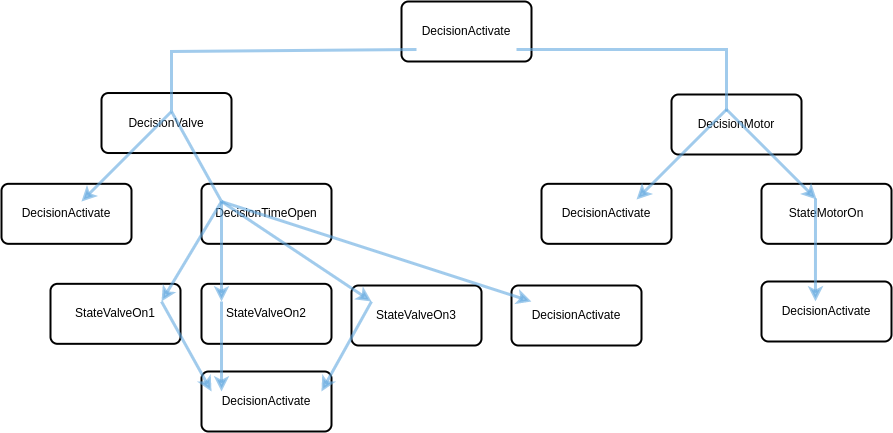
Before: examples-platformIO/launch-pad-motor-valve/assets/path-statechart.png, a diagram exported from draw.io (guimaraaes/cutes). Source tidied: cells renumbered, new cells last; positions are measured from the earlier drawing's top-left corner, leaving out a move shared by most shapes. The source it was exported from:
```xml
<mxGraphModel>
  <root>
    <mxCell id="0" />
    <mxCell id="1" parent="0" />
    <mxCell id="2" value="DecisionActivate" style="rounded=1;whiteSpace=wrap;html=1;absoluteArcSize=1;arcSize=14;strokeWidth=2;" parent="1" vertex="1">
      <mxGeometry x="400" width="130" height="60" as="geometry" />
    </mxCell>
    <mxCell id="3" value="DecisionActivate" style="rounded=1;whiteSpace=wrap;html=1;absoluteArcSize=1;arcSize=14;strokeWidth=2;" parent="1" vertex="1">
      <mxGeometry x="540" y="182.3" width="130" height="60" as="geometry" />
    </mxCell>
    <mxCell id="4" value="StateValveOn1" style="rounded=1;whiteSpace=wrap;html=1;absoluteArcSize=1;arcSize=14;strokeWidth=2;" parent="1" vertex="1">
      <mxGeometry x="49" y="282.3" width="130" height="60" as="geometry" />
    </mxCell>
    <mxCell id="5" value="DecisionTimeOpen" style="rounded=1;whiteSpace=wrap;html=1;absoluteArcSize=1;arcSize=14;strokeWidth=2;" parent="1" vertex="1">
      <mxGeometry x="200" y="182.3" width="130" height="60" as="geometry" />
    </mxCell>
    <mxCell id="6" value="DecisionMotor" style="rounded=1;whiteSpace=wrap;html=1;absoluteArcSize=1;arcSize=14;strokeWidth=2;" parent="1" vertex="1">
      <mxGeometry x="670" y="93" width="130" height="60" as="geometry" />
    </mxCell>
    <mxCell id="7" value="DecisionValve" style="rounded=1;whiteSpace=wrap;html=1;absoluteArcSize=1;arcSize=14;strokeWidth=2;" parent="1" vertex="1">
      <mxGeometry x="100" y="91.5" width="130" height="60" as="geometry" />
    </mxCell>
    <mxCell id="8" value="DecisionActivate" style="rounded=1;whiteSpace=wrap;html=1;absoluteArcSize=1;arcSize=14;strokeWidth=2;" parent="1" vertex="1">
      <mxGeometry y="182.3" width="130" height="60" as="geometry" />
    </mxCell>
    <mxCell id="9" value="StateValveOn2" style="rounded=1;whiteSpace=wrap;html=1;absoluteArcSize=1;arcSize=14;strokeWidth=2;" parent="1" vertex="1">
      <mxGeometry x="200" y="282.3" width="130" height="60" as="geometry" />
    </mxCell>
    <mxCell id="10" value="StateValveOn3" style="rounded=1;whiteSpace=wrap;html=1;absoluteArcSize=1;arcSize=14;strokeWidth=2;" parent="1" vertex="1">
      <mxGeometry x="350" y="284" width="130" height="60" as="geometry" />
    </mxCell>
    <mxCell id="11" value="StateMotorOn" style="rounded=1;whiteSpace=wrap;html=1;absoluteArcSize=1;arcSize=14;strokeWidth=2;" parent="1" vertex="1">
      <mxGeometry x="760" y="182.3" width="130" height="60" as="geometry" />
    </mxCell>
    <mxCell id="12" value="DecisionActivate" style="rounded=1;whiteSpace=wrap;html=1;absoluteArcSize=1;arcSize=14;strokeWidth=2;" parent="1" vertex="1">
      <mxGeometry x="200" y="370" width="130" height="60" as="geometry" />
    </mxCell>
    <mxCell id="13" value="DecisionActivate" style="rounded=1;whiteSpace=wrap;html=1;absoluteArcSize=1;arcSize=14;strokeWidth=2;" parent="1" vertex="1">
      <mxGeometry x="760" y="280" width="130" height="60" as="geometry" />
    </mxCell>
    <mxCell id="14" style="endArrow=none;html=1;rounded=0;fillColor=#dae8fc;strokeColor=#63a8df;strokeWidth=3;opacity=60;exitX=0.154;exitY=0.667;exitDx=0;exitDy=0;exitPerimeter=0;endFill=0;" parent="1" edge="1">
      <mxGeometry relative="1" as="geometry">
        <mxPoint x="415" y="48" as="sourcePoint" />
        <mxPoint x="170" y="110" as="targetPoint" />
        <Array as="points">
          <mxPoint x="170" y="50" />
        </Array>
      </mxGeometry>
    </mxCell>
    <mxCell id="15" style="endArrow=classic;html=1;rounded=0;fillColor=#dae8fc;strokeColor=#63a8df;strokeWidth=3;opacity=60;entryX=0.615;entryY=0.295;entryDx=0;entryDy=0;entryPerimeter=0;" parent="1" edge="1" target="8">
      <mxGeometry relative="1" as="geometry">
        <mxPoint x="170" y="110" as="sourcePoint" />
      </mxGeometry>
    </mxCell>
    <mxCell id="16" style="endArrow=none;html=1;rounded=0;fillColor=#dae8fc;strokeColor=#63a8df;strokeWidth=3;opacity=60;endFill=0;" parent="1" edge="1">
      <mxGeometry relative="1" as="geometry">
        <mxPoint x="170" y="110" as="sourcePoint" />
        <mxPoint x="220" y="200" as="targetPoint" />
      </mxGeometry>
    </mxCell>
    <mxCell id="17" style="endArrow=classic;html=1;rounded=0;fillColor=#dae8fc;strokeColor=#63a8df;strokeWidth=3;opacity=60;" parent="1" edge="1">
      <mxGeometry relative="1" as="geometry">
        <mxPoint x="220" y="200" as="sourcePoint" />
        <mxPoint x="160" y="300" as="targetPoint" />
      </mxGeometry>
    </mxCell>
    <mxCell id="18" style="endArrow=classic;html=1;rounded=0;fillColor=#dae8fc;strokeColor=#63a8df;strokeWidth=3;opacity=60;entryX=0.154;entryY=0.295;entryDx=0;entryDy=0;entryPerimeter=0;" parent="1" edge="1" target="9">
      <mxGeometry relative="1" as="geometry">
        <mxPoint x="220" y="200" as="sourcePoint" />
      </mxGeometry>
    </mxCell>
    <mxCell id="19" style="endArrow=classic;html=1;rounded=0;fillColor=#dae8fc;strokeColor=#63a8df;strokeWidth=3;opacity=60;" parent="1" edge="1">
      <mxGeometry relative="1" as="geometry">
        <mxPoint x="220" y="200" as="sourcePoint" />
        <mxPoint x="370" y="300" as="targetPoint" />
      </mxGeometry>
    </mxCell>
    <mxCell id="20" style="endArrow=classic;html=1;rounded=0;fillColor=#dae8fc;strokeColor=#63a8df;strokeWidth=3;opacity=60;entryX=0.077;entryY=0.333;entryDx=0;entryDy=0;entryPerimeter=0;" parent="1" edge="1" target="12">
      <mxGeometry relative="1" as="geometry">
        <mxPoint x="160" y="300" as="sourcePoint" />
        <Array as="points">
          <mxPoint x="160" y="300" />
        </Array>
      </mxGeometry>
    </mxCell>
    <mxCell id="21" style="endArrow=classic;html=1;rounded=0;fillColor=#dae8fc;strokeColor=#63a8df;strokeWidth=3;opacity=60;entryX=0.154;entryY=0.333;entryDx=0;entryDy=0;entryPerimeter=0;" parent="1" edge="1" target="12">
      <mxGeometry relative="1" as="geometry">
        <mxPoint x="220" y="300" as="sourcePoint" />
      </mxGeometry>
    </mxCell>
    <mxCell id="22" style="endArrow=classic;html=1;rounded=0;fillColor=#dae8fc;strokeColor=#63a8df;strokeWidth=3;opacity=60;entryX=0.923;entryY=0.333;entryDx=0;entryDy=0;entryPerimeter=0;" parent="1" edge="1" target="12">
      <mxGeometry relative="1" as="geometry">
        <mxPoint x="370" y="300" as="sourcePoint" />
        <Array as="points">
          <mxPoint x="370" y="300" />
        </Array>
      </mxGeometry>
    </mxCell>
    <mxCell id="23" style="endArrow=none;html=1;rounded=0;fillColor=#dae8fc;strokeColor=#63a8df;strokeWidth=3;opacity=60;exitX=0.154;exitY=0.667;exitDx=0;exitDy=0;exitPerimeter=0;endFill=0;" parent="1" edge="1">
      <mxGeometry relative="1" as="geometry">
        <mxPoint x="515" y="48" as="sourcePoint" />
        <mxPoint x="725" y="110" as="targetPoint" />
        <Array as="points">
          <mxPoint x="725" y="48" />
        </Array>
      </mxGeometry>
    </mxCell>
    <mxCell id="24" style="endArrow=classic;html=1;rounded=0;fillColor=#dae8fc;strokeColor=#63a8df;strokeWidth=3;opacity=60;entryX=0.615;entryY=0.295;entryDx=0;entryDy=0;entryPerimeter=0;" parent="1" edge="1">
      <mxGeometry relative="1" as="geometry">
        <mxPoint x="725.1" y="108" as="sourcePoint" />
        <mxPoint x="635" y="198" as="targetPoint" />
      </mxGeometry>
    </mxCell>
    <mxCell id="25" style="endArrow=classic;html=1;rounded=0;fillColor=#dae8fc;strokeColor=#63a8df;strokeWidth=3;opacity=60;entryX=0.615;entryY=0.295;entryDx=0;entryDy=0;entryPerimeter=0;" parent="1" edge="1">
      <mxGeometry relative="1" as="geometry">
        <mxPoint x="725.1" y="108" as="sourcePoint" />
        <mxPoint x="815.1" y="198" as="targetPoint" />
      </mxGeometry>
    </mxCell>
    <mxCell id="26" style="endArrow=classic;html=1;rounded=0;fillColor=#dae8fc;strokeColor=#63a8df;strokeWidth=3;opacity=60;entryX=0.415;entryY=0.333;entryDx=0;entryDy=0;entryPerimeter=0;" parent="1" edge="1" target="13">
      <mxGeometry relative="1" as="geometry">
        <mxPoint x="814" y="197" as="sourcePoint" />
      </mxGeometry>
    </mxCell>
    <mxCell id="27" value="DecisionActivate" style="rounded=1;whiteSpace=wrap;html=1;absoluteArcSize=1;arcSize=14;strokeWidth=2;" parent="1" vertex="1">
      <mxGeometry x="510" y="284" width="130" height="60" as="geometry" />
    </mxCell>
    <mxCell id="28" style="endArrow=classic;html=1;rounded=0;fillColor=#dae8fc;strokeColor=#63a8df;strokeWidth=3;opacity=60;entryX=0.154;entryY=0.267;entryDx=0;entryDy=0;entryPerimeter=0;" parent="1" edge="1" target="27">
      <mxGeometry relative="1" as="geometry">
        <mxPoint x="220" y="200" as="sourcePoint" />
      </mxGeometry>
    </mxCell>
  </root>
</mxGraphModel>
```
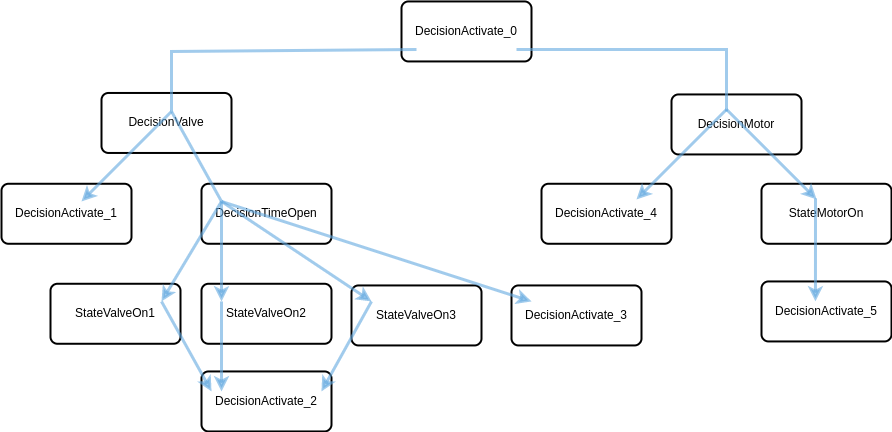
Above is the later version.

Commit message:
refactor: update path-statechart examples

What changed in the source:
```diff
@@ -2,10 +2,10 @@
   <root>
     <mxCell id="0" />
     <mxCell id="1" parent="0" />
-    <mxCell id="2" value="DecisionActivate" style="rounded=1;whiteSpace=wrap;html=1;absoluteArcSize=1;arcSize=14;strokeWidth=2;" parent="1" vertex="1">
-      <mxGeometry x="400" width="130" height="60" as="geometry" />
+    <mxCell id="2" value="DecisionActivate_0" style="rounded=1;whiteSpace=wrap;html=1;absoluteArcSize=1;arcSize=14;strokeWidth=2;" parent="1" vertex="1">
+      <mxGeometry x="400" y="-0.1" width="130" height="60" as="geometry" />
     </mxCell>
-    <mxCell id="3" value="DecisionActivate" style="rounded=1;whiteSpace=wrap;html=1;absoluteArcSize=1;arcSize=14;strokeWidth=2;" parent="1" vertex="1">
+    <mxCell id="3" value="DecisionActivate_4" style="rounded=1;whiteSpace=wrap;html=1;absoluteArcSize=1;arcSize=14;strokeWidth=2;" parent="1" vertex="1">
       <mxGeometry x="540" y="182.3" width="130" height="60" as="geometry" />
     </mxCell>
     <mxCell id="4" value="StateValveOn1" style="rounded=1;whiteSpace=wrap;html=1;absoluteArcSize=1;arcSize=14;strokeWidth=2;" parent="1" vertex="1">
@@ -15,119 +15,119 @@
       <mxGeometry x="200" y="182.3" width="130" height="60" as="geometry" />
     </mxCell>
     <mxCell id="6" value="DecisionMotor" style="rounded=1;whiteSpace=wrap;html=1;absoluteArcSize=1;arcSize=14;strokeWidth=2;" parent="1" vertex="1">
-      <mxGeometry x="670" y="93" width="130" height="60" as="geometry" />
+      <mxGeometry x="670" y="92.9" width="130" height="60" as="geometry" />
     </mxCell>
     <mxCell id="7" value="DecisionValve" style="rounded=1;whiteSpace=wrap;html=1;absoluteArcSize=1;arcSize=14;strokeWidth=2;" parent="1" vertex="1">
       <mxGeometry x="100" y="91.5" width="130" height="60" as="geometry" />
     </mxCell>
-    <mxCell id="8" value="DecisionActivate" style="rounded=1;whiteSpace=wrap;html=1;absoluteArcSize=1;arcSize=14;strokeWidth=2;" parent="1" vertex="1">
+    <mxCell id="8" value="DecisionActivate_1" style="rounded=1;whiteSpace=wrap;html=1;absoluteArcSize=1;arcSize=14;strokeWidth=2;" parent="1" vertex="1">
       <mxGeometry y="182.3" width="130" height="60" as="geometry" />
     </mxCell>
     <mxCell id="9" value="StateValveOn2" style="rounded=1;whiteSpace=wrap;html=1;absoluteArcSize=1;arcSize=14;strokeWidth=2;" parent="1" vertex="1">
       <mxGeometry x="200" y="282.3" width="130" height="60" as="geometry" />
     </mxCell>
     <mxCell id="10" value="StateValveOn3" style="rounded=1;whiteSpace=wrap;html=1;absoluteArcSize=1;arcSize=14;strokeWidth=2;" parent="1" vertex="1">
-      <mxGeometry x="350" y="284" width="130" height="60" as="geometry" />
+      <mxGeometry x="350" y="283.9" width="130" height="60" as="geometry" />
     </mxCell>
     <mxCell id="11" value="StateMotorOn" style="rounded=1;whiteSpace=wrap;html=1;absoluteArcSize=1;arcSize=14;strokeWidth=2;" parent="1" vertex="1">
       <mxGeometry x="760" y="182.3" width="130" height="60" as="geometry" />
     </mxCell>
-    <mxCell id="12" value="DecisionActivate" style="rounded=1;whiteSpace=wrap;html=1;absoluteArcSize=1;arcSize=14;strokeWidth=2;" parent="1" vertex="1">
-      <mxGeometry x="200" y="370" width="130" height="60" as="geometry" />
+    <mxCell id="12" value="DecisionActivate_2" style="rounded=1;whiteSpace=wrap;html=1;absoluteArcSize=1;arcSize=14;strokeWidth=2;" parent="1" vertex="1">
+      <mxGeometry x="200" y="369.9" width="130" height="60" as="geometry" />
     </mxCell>
-    <mxCell id="13" value="DecisionActivate" style="rounded=1;whiteSpace=wrap;html=1;absoluteArcSize=1;arcSize=14;strokeWidth=2;" parent="1" vertex="1">
-      <mxGeometry x="760" y="280" width="130" height="60" as="geometry" />
+    <mxCell id="13" value="DecisionActivate_5" style="rounded=1;whiteSpace=wrap;html=1;absoluteArcSize=1;arcSize=14;strokeWidth=2;" parent="1" vertex="1">
+      <mxGeometry x="760" y="279.9" width="130" height="60" as="geometry" />
     </mxCell>
     <mxCell id="14" style="endArrow=none;html=1;rounded=0;fillColor=#dae8fc;strokeColor=#63a8df;strokeWidth=3;opacity=60;exitX=0.154;exitY=0.667;exitDx=0;exitDy=0;exitPerimeter=0;endFill=0;" parent="1" edge="1">
       <mxGeometry relative="1" as="geometry">
         <mxPoint x="415" y="48" as="sourcePoint" />
-        <mxPoint x="170" y="110" as="targetPoint" />
+        <mxPoint x="170" y="109.9" as="targetPoint" />
         <Array as="points">
-          <mxPoint x="170" y="50" />
+          <mxPoint x="170" y="49.9" />
         </Array>
       </mxGeometry>
     </mxCell>
     <mxCell id="15" style="endArrow=classic;html=1;rounded=0;fillColor=#dae8fc;strokeColor=#63a8df;strokeWidth=3;opacity=60;entryX=0.615;entryY=0.295;entryDx=0;entryDy=0;entryPerimeter=0;" parent="1" edge="1" target="8">
       <mxGeometry relative="1" as="geometry">
-        <mxPoint x="170" y="110" as="sourcePoint" />
+        <mxPoint x="170" y="109.9" as="sourcePoint" />
       </mxGeometry>
     </mxCell>
     <mxCell id="16" style="endArrow=none;html=1;rounded=0;fillColor=#dae8fc;strokeColor=#63a8df;strokeWidth=3;opacity=60;endFill=0;" parent="1" edge="1">
       <mxGeometry relative="1" as="geometry">
-        <mxPoint x="170" y="110" as="sourcePoint" />
-        <mxPoint x="220" y="200" as="targetPoint" />
+        <mxPoint x="170" y="109.9" as="sourcePoint" />
+        <mxPoint x="220" y="199.9" as="targetPoint" />
       </mxGeometry>
     </mxCell>
     <mxCell id="17" style="endArrow=classic;html=1;rounded=0;fillColor=#dae8fc;strokeColor=#63a8df;strokeWidth=3;opacity=60;" parent="1" edge="1">
       <mxGeometry relative="1" as="geometry">
-        <mxPoint x="220" y="200" as="sourcePoint" />
-        <mxPoint x="160" y="300" as="targetPoint" />
+        <mxPoint x="220" y="199.9" as="sourcePoint" />
+        <mxPoint x="160" y="299.9" as="targetPoint" />
       </mxGeometry>
     </mxCell>
     <mxCell id="18" style="endArrow=classic;html=1;rounded=0;fillColor=#dae8fc;strokeColor=#63a8df;strokeWidth=3;opacity=60;entryX=0.154;entryY=0.295;entryDx=0;entryDy=0;entryPerimeter=0;" parent="1" edge="1" target="9">
       <mxGeometry relative="1" as="geometry">
-        <mxPoint x="220" y="200" as="sourcePoint" />
+        <mxPoint x="220" y="199.9" as="sourcePoint" />
       </mxGeometry>
     </mxCell>
     <mxCell id="19" style="endArrow=classic;html=1;rounded=0;fillColor=#dae8fc;strokeColor=#63a8df;strokeWidth=3;opacity=60;" parent="1" edge="1">
       <mxGeometry relative="1" as="geometry">
-        <mxPoint x="220" y="200" as="sourcePoint" />
-        <mxPoint x="370" y="300" as="targetPoint" />
+        <mxPoint x="220" y="199.9" as="sourcePoint" />
+        <mxPoint x="370" y="299.9" as="targetPoint" />
       </mxGeometry>
     </mxCell>
     <mxCell id="20" style="endArrow=classic;html=1;rounded=0;fillColor=#dae8fc;strokeColor=#63a8df;strokeWidth=3;opacity=60;entryX=0.077;entryY=0.333;entryDx=0;entryDy=0;entryPerimeter=0;" parent="1" edge="1" target="12">
       <mxGeometry relative="1" as="geometry">
-        <mxPoint x="160" y="300" as="sourcePoint" />
+        <mxPoint x="160" y="299.9" as="sourcePoint" />
         <Array as="points">
-          <mxPoint x="160" y="300" />
+          <mxPoint x="160" y="299.9" />
         </Array>
       </mxGeometry>
     </mxCell>
     <mxCell id="21" style="endArrow=classic;html=1;rounded=0;fillColor=#dae8fc;strokeColor=#63a8df;strokeWidth=3;opacity=60;entryX=0.154;entryY=0.333;entryDx=0;entryDy=0;entryPerimeter=0;" parent="1" edge="1" target="12">
       <mxGeometry relative="1" as="geometry">
-        <mxPoint x="220" y="300" as="sourcePoint" />
+        <mxPoint x="220" y="299.9" as="sourcePoint" />
       </mxGeometry>
     </mxCell>
     <mxCell id="22" style="endArrow=classic;html=1;rounded=0;fillColor=#dae8fc;strokeColor=#63a8df;strokeWidth=3;opacity=60;entryX=0.923;entryY=0.333;entryDx=0;entryDy=0;entryPerimeter=0;" parent="1" edge="1" target="12">
       <mxGeometry relative="1" as="geometry">
-        <mxPoint x="370" y="300" as="sourcePoint" />
+        <mxPoint x="370" y="299.9" as="sourcePoint" />
         <Array as="points">
-          <mxPoint x="370" y="300" />
+          <mxPoint x="370" y="299.9" />
         </Array>
       </mxGeometry>
     </mxCell>
     <mxCell id="23" style="endArrow=none;html=1;rounded=0;fillColor=#dae8fc;strokeColor=#63a8df;strokeWidth=3;opacity=60;exitX=0.154;exitY=0.667;exitDx=0;exitDy=0;exitPerimeter=0;endFill=0;" parent="1" edge="1">
       <mxGeometry relative="1" as="geometry">
         <mxPoint x="515" y="48" as="sourcePoint" />
-        <mxPoint x="725" y="110" as="targetPoint" />
+        <mxPoint x="725" y="109.9" as="targetPoint" />
         <Array as="points">
-          <mxPoint x="725" y="48" />
+          <mxPoint x="725" y="47.9" />
         </Array>
       </mxGeometry>
     </mxCell>
     <mxCell id="24" style="endArrow=classic;html=1;rounded=0;fillColor=#dae8fc;strokeColor=#63a8df;strokeWidth=3;opacity=60;entryX=0.615;entryY=0.295;entryDx=0;entryDy=0;entryPerimeter=0;" parent="1" edge="1">
       <mxGeometry relative="1" as="geometry">
-        <mxPoint x="725.1" y="108" as="sourcePoint" />
+        <mxPoint x="725.1" y="107.9" as="sourcePoint" />
         <mxPoint x="635" y="198" as="targetPoint" />
       </mxGeometry>
     </mxCell>
     <mxCell id="25" style="endArrow=classic;html=1;rounded=0;fillColor=#dae8fc;strokeColor=#63a8df;strokeWidth=3;opacity=60;entryX=0.615;entryY=0.295;entryDx=0;entryDy=0;entryPerimeter=0;" parent="1" edge="1">
       <mxGeometry relative="1" as="geometry">
-        <mxPoint x="725.1" y="108" as="sourcePoint" />
-        <mxPoint x="815.1" y="198" as="targetPoint" />
+        <mxPoint x="725.1" y="107.9" as="sourcePoint" />
+        <mxPoint x="815.1" y="197.9" as="targetPoint" />
       </mxGeometry>
     </mxCell>
     <mxCell id="26" style="endArrow=classic;html=1;rounded=0;fillColor=#dae8fc;strokeColor=#63a8df;strokeWidth=3;opacity=60;entryX=0.415;entryY=0.333;entryDx=0;entryDy=0;entryPerimeter=0;" parent="1" edge="1" target="13">
       <mxGeometry relative="1" as="geometry">
-        <mxPoint x="814" y="197" as="sourcePoint" />
+        <mxPoint x="814" y="196.9" as="sourcePoint" />
       </mxGeometry>
     </mxCell>
-    <mxCell id="27" value="DecisionActivate" style="rounded=1;whiteSpace=wrap;html=1;absoluteArcSize=1;arcSize=14;strokeWidth=2;" parent="1" vertex="1">
-      <mxGeometry x="510" y="284" width="130" height="60" as="geometry" />
+    <mxCell id="27" value="DecisionActivate_3" style="rounded=1;whiteSpace=wrap;html=1;absoluteArcSize=1;arcSize=14;strokeWidth=2;" parent="1" vertex="1">
+      <mxGeometry x="510" y="283.9" width="130" height="60" as="geometry" />
     </mxCell>
     <mxCell id="28" style="endArrow=classic;html=1;rounded=0;fillColor=#dae8fc;strokeColor=#63a8df;strokeWidth=3;opacity=60;entryX=0.154;entryY=0.267;entryDx=0;entryDy=0;entryPerimeter=0;" parent="1" edge="1" target="27">
       <mxGeometry relative="1" as="geometry">
-        <mxPoint x="220" y="200" as="sourcePoint" />
+        <mxPoint x="220" y="199.9" as="sourcePoint" />
       </mxGeometry>
     </mxCell>
   </root>
```
